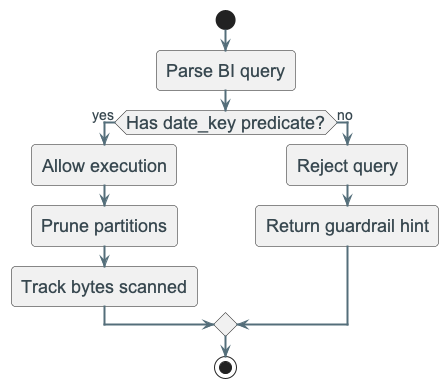
Above: diagrams/week05/week5_partition_guardrail_activity.png in OrPerets/data-engineering-course (PlantUML), before the change.
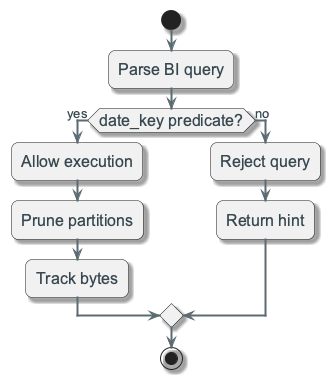
The same file after the commit.

Change to the diagram source:
```diff
@@ -1,15 +1,16 @@
 @startuml
 !include ../_template_styles.puml
+!include _week5_visual_style.puml
 
 start
 :Parse BI query;
-if (Has date_key predicate?) then (yes)
+if (date_key predicate?) then (yes)
   :Allow execution;
   :Prune partitions;
-  :Track bytes scanned;
+  :Track bytes;
 else (no)
   :Reject query;
-  :Return guardrail hint;
+  :Return hint;
 endif
 stop
 
```
